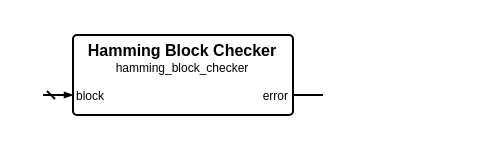
Earlier version of the draw.io diagram sources/error_control/hamming/hamming_block_checker.symbol.drawio (Louis-DR/OmniCores-BuildingBlocks). Source tidied: cells renumbered, new cells numbered last; positions are measured from the earlier drawing's top-left corner, leaving out a move shared by most shapes. Both pictures are drawn from the tidied source at 200%, with x=0, y=0 at pixel (42, 34).
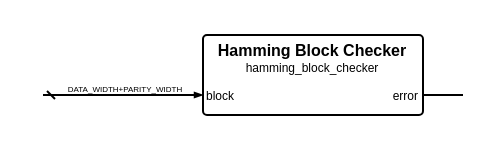
After the change.

What changed in the source:
```diff
@@
 <mxGraphModel>
   <root>
     <mxCell id="0" />
     <mxCell id="1" parent="0" />
     <mxCell id="2" style="group;" parent="1" vertex="1">
-      <mxGeometry width="140" height="40" as="geometry" />
+      <mxGeometry width="210" height="40" as="geometry" />
     </mxCell>
     <mxCell id="3" style="rounded=1;arcSize=5;fillColor=none;strokeWidth=1;strokeColor=black;whiteSpace=wrap;html=1;" parent="2" vertex="1">
-      <mxGeometry x="15" width="110" height="40" as="geometry" />
+      <mxGeometry x="80" width="110" height="40" as="geometry" />
     </mxCell>
     <mxCell id="4" value="Hamming Block Checker" style="text;html=1;align=center;verticalAlign=middle;whiteSpace=wrap;rounded=0;fontSize=8;fontStyle=1;fontColor=black;" parent="2" vertex="1">
-      <mxGeometry x="15" y="7" width="110" as="geometry" />
+      <mxGeometry x="80" y="7" width="110" as="geometry" />
     </mxCell>
     <mxCell id="5" value="hamming_block_checker" style="text;html=1;align=center;verticalAlign=middle;whiteSpace=wrap;rounded=0;fontSize=6;fontStyle=0;fontColor=black;" parent="2" vertex="1">
-      <mxGeometry x="15" y="16" width="110" as="geometry" />
+      <mxGeometry x="80" y="16" width="110" as="geometry" />
     </mxCell>
     <mxCell id="6" value="block" style="text;html=1;align=left;verticalAlign=middle;whiteSpace=wrap;rounded=0;fontSize=6;fontStyle=0;fontColor=black;" parent="2" vertex="1">
-      <mxGeometry x="15" y="30" width="110" as="geometry" />
+      <mxGeometry x="80" y="30" width="110" as="geometry" />
     </mxCell>
     <mxCell id="7" style="html=1;rounded=1;strokeWidth=1;strokeColor=black;startFill=0;startSize=2;startArrow=dash;endFill=1;endSize=2;endArrow=blockThin;sourcePerimeterSpacing=0;" parent="2" edge="1">
       <mxGeometry relative="1" as="geometry">
         <mxPoint y="30" as="sourcePoint" />
-        <mxPoint x="15" y="30" as="targetPoint" />
+        <mxPoint x="80" y="30" as="targetPoint" />
       </mxGeometry>
     </mxCell>
+    <mxCell id="10" value="DATA_WIDTH+PARITY_WIDTH" style="text;html=1;align=center;verticalAlign=middle;whiteSpace=nowrap;rounded=0;fontSize=4;fontStyle=0;fontColor=black;" parent="2" vertex="1">
+      <mxGeometry x="40" y="27" as="geometry" />
+    </mxCell>
     <mxCell id="8" value="error" style="text;html=1;align=right;verticalAlign=middle;whiteSpace=wrap;rounded=0;fontSize=6;fontStyle=0;fontColor=black;" parent="2" vertex="1">
-      <mxGeometry x="15" y="30" width="110" as="geometry" />
+      <mxGeometry x="80" y="30" width="110" as="geometry" />
     </mxCell>
     <mxCell id="9" style="html=1;rounded=1;strokeWidth=1;strokeColor=black;startFill=0;startSize=2;startArrow=none;endFill=1;endSize=2;endArrow=none;sourcePerimeterSpacing=0;" parent="2" edge="1">
       <mxGeometry relative="1" as="geometry">
-        <mxPoint x="140" y="30" as="sourcePoint" />
-        <mxPoint x="125" y="30" as="targetPoint" />
+        <mxPoint x="210" y="30" as="sourcePoint" />
+        <mxPoint x="190" y="30" as="targetPoint" />
       </mxGeometry>
     </mxCell>
   </root>
 </mxGraphModel>
```
